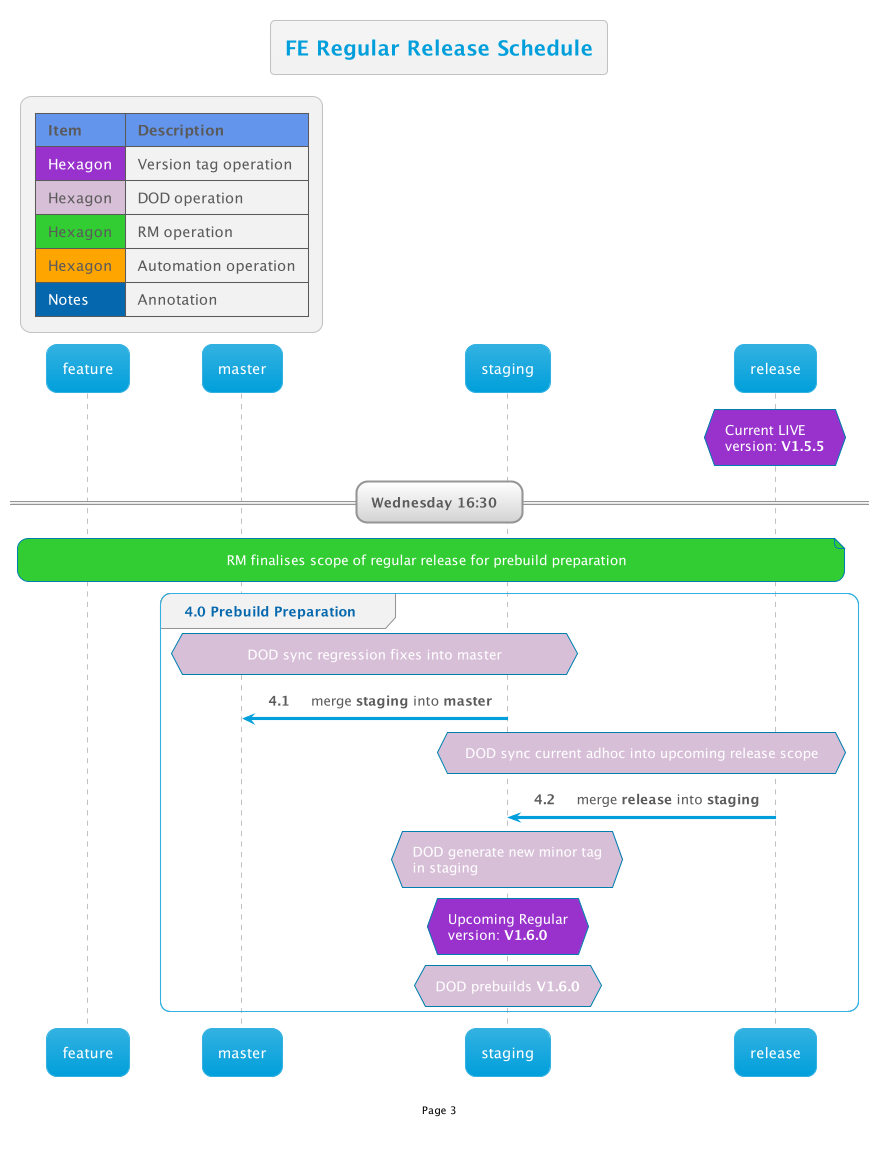
This is out/Confluence/SOPWebFE/MergeFlow/3/3.png from thetomitomo/diagrams, a PlantUML export, as it was before one commit.
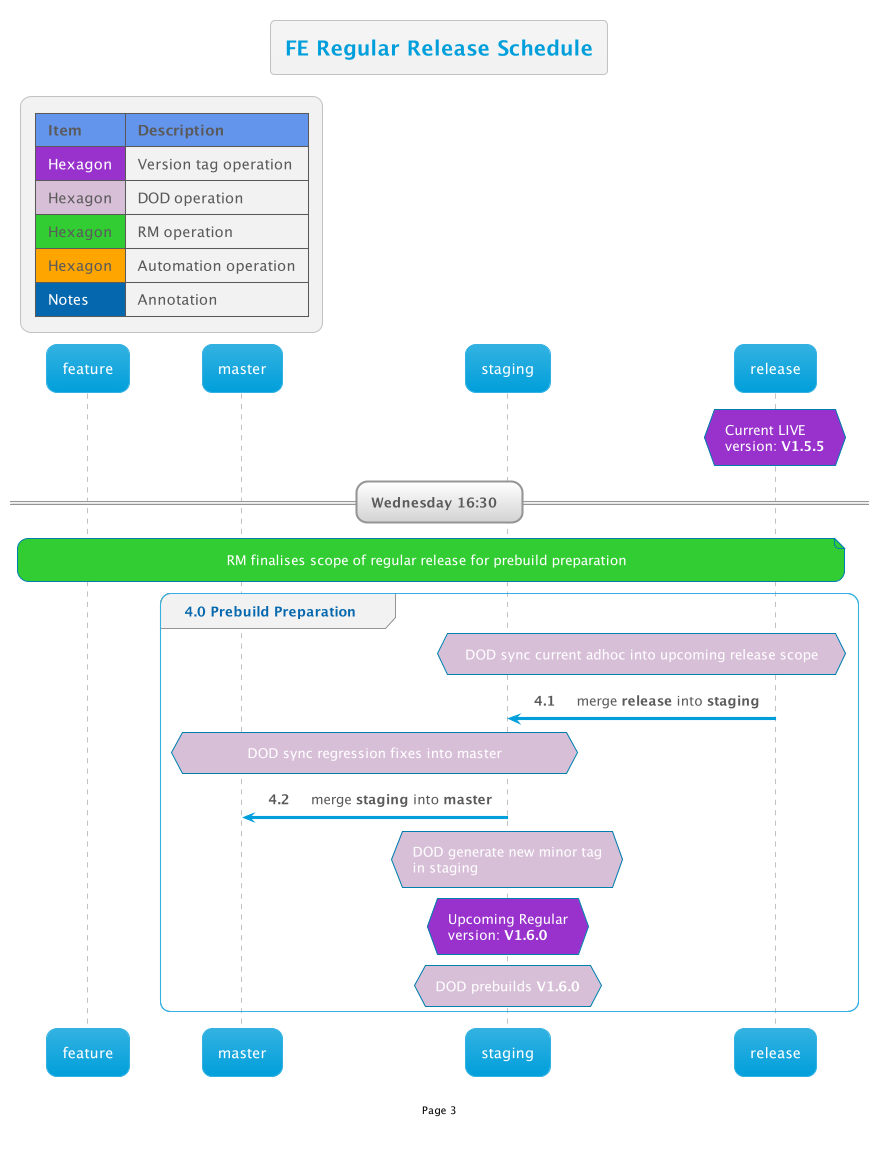
After the change.

Commit message:
change prebuild step

The edit, as a diff of the source:
```diff
@@ -9,11 +9,11 @@
 == Wednesday 16:30  ==
 note over feature,release #LimeGreen: RM finalises scope of regular release for prebuild preparation
 group 4.0 Prebuild Preparation
+    hnote over staging,release#Thistle: DOD sync current adhoc into upcoming release scope
+    release->staging: merge **release** into **staging**
+
     hnote over staging,master#Thistle: DOD sync regression fixes into master
     staging ->master: merge **staging** into **master**
-
-    hnote over staging,release#Thistle: DOD sync current adhoc into upcoming release scope
-    release->staging: merge **release** into **staging**
 
     hnote over staging#Thistle: DOD generate new minor tag\nin staging
     hnote over staging #DarkOrchid: Upcoming Regular\nversion: **V1.6.0**
```
